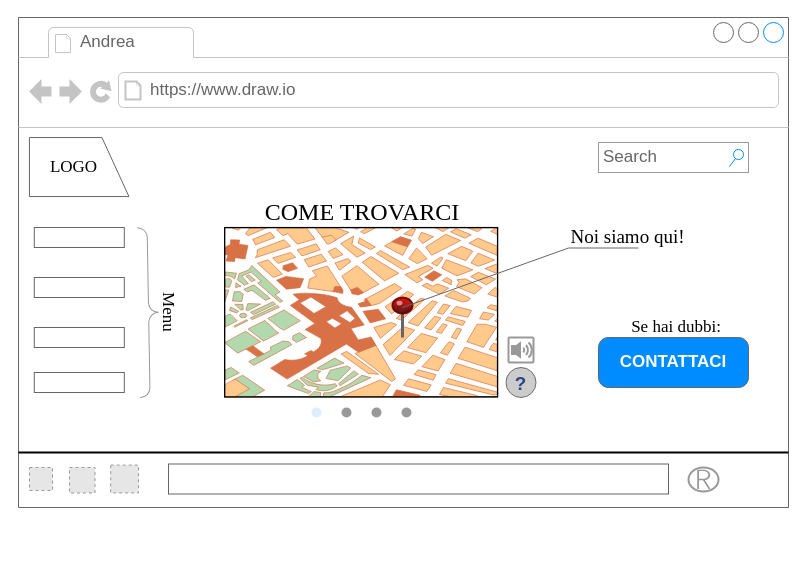
Costa11/2021-informatica-HTML5 keeps this draw.io diagram as Untitled Diagram.drawio. Above is the earlier version. Source tidied: cells renumbered, new cells numbered last; positions are measured from the earlier drawing's top-left corner, leaving out a move shared by most shapes. Both pictures are drawn from the tidied source at 100%, with x=0, y=0 at pixel (18, 17). Pictures stored in the file or linked from it are replaced by grey dashed boxes.
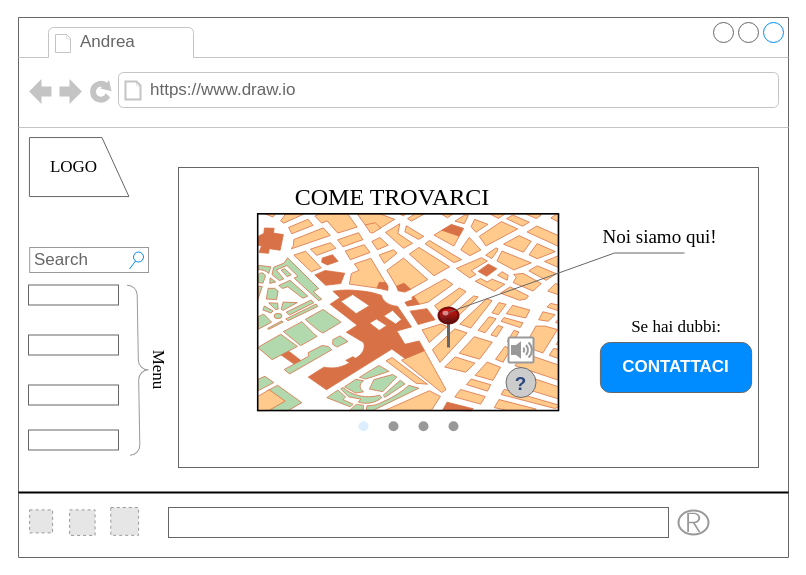
The same diagram, later.

Commit message:
WIREFRAME COMPLETO

Change to the diagram source:
```diff
@@
     <mxCell id="2" style="strokeWidth=1;shadow=0;dashed=0;align=center;html=1;shape=mxgraph.mockup.containers.browserWindow;rSize=0;strokeColor2=#008cff;strokeColor3=#c4c4c4;mainText=,;strokeColor=#666666;" parent="1" vertex="1">
-      <mxGeometry width="770" height="490" as="geometry" />
+      <mxGeometry width="770" height="540" as="geometry" />
     </mxCell>
@@
     <mxCell id="5" style="verticalLabelPosition=bottom;shadow=0;dashed=0;align=center;html=1;verticalAlign=top;strokeWidth=1;shape=mxgraph.mockup.misc.map;" parent="2" vertex="1">
-      <mxGeometry x="206" y="210" width="274" height="170" as="geometry" />
+      <mxGeometry x="239" y="196.2" width="302" height="197.5" as="geometry" />
     </mxCell>
     <mxCell id="6" style="verticalLabelPosition=top;shadow=0;dashed=0;align=center;html=1;verticalAlign=bottom;strokeWidth=1;shape=mxgraph.mockup.misc.pin;fillColor2=#dd0000;fillColor3=#440000;strokeColor=#660000;" parent="2" vertex="1">
-      <mxGeometry x="374" y="280" width="20" height="40" as="geometry" />
+      <mxGeometry x="420" y="290" width="20" height="40" as="geometry" />
     </mxCell>
     <mxCell id="7" value="&lt;p&gt;&lt;br&gt;&lt;/p&gt;" style="strokeWidth=1;shadow=0;dashed=0;align=center;html=1;shape=mxgraph.mockup.text.callout;linkText=;textSize=17;textColor=#666666;callDir=NE;callStyle=line;fontSize=17;fontColor=#666666;align=right;verticalAlign=top;strokeColor=#666666;" parent="2" vertex="1">
-      <mxGeometry x="384" y="205" width="236" height="85" as="geometry" />
+      <mxGeometry x="430" y="210" width="236" height="85" as="geometry" />
     </mxCell>
     <mxCell id="8" value="Noi siamo qui!" style="text;html=1;strokeColor=none;fillColor=none;align=center;verticalAlign=middle;whiteSpace=wrap;rounded=0;fontFamily=Times New Roman;fontSize=19;" parent="2" vertex="1">
-      <mxGeometry x="547.5" y="210" width="122.5" height="20" as="geometry" />
+      <mxGeometry x="580" y="210" width="122.5" height="20" as="geometry" />
     </mxCell>
@@
     <mxCell id="10" style="verticalLabelPosition=bottom;shadow=0;dashed=0;align=center;html=1;verticalAlign=top;strokeWidth=1;shape=mxgraph.mockup.navigation.pageControl;fillColor=#999999;strokeColor=#ddeeff;fontFamily=Times New Roman;fontSize=19;" parent="2" vertex="1">
-      <mxGeometry x="293" y="380" width="100" height="30" as="geometry" />
+      <mxGeometry x="340" y="393.8" width="100" height="30" as="geometry" />
     </mxCell>
@@
     <mxCell id="12" value="Search" style="strokeWidth=1;shadow=0;dashed=0;align=center;html=1;shape=mxgraph.mockup.forms.searchBox;strokeColor=#999999;mainText=;strokeColor2=#008cff;fontColor=#666666;fontSize=17;align=left;spacingLeft=3;" parent="2" vertex="1">
-      <mxGeometry x="580" y="125" width="150" height="30" as="geometry" />
+      <mxGeometry x="11.2" y="230" width="118.8" height="25" as="geometry" />
     </mxCell>
     <mxCell id="13" value="CONTATTACI" style="strokeWidth=1;shadow=0;dashed=0;align=center;html=1;shape=mxgraph.mockup.buttons.button;strokeColor=#666666;fontColor=#ffffff;mainText=;buttonStyle=round;fontSize=17;fontStyle=1;fillColor=#008cff;whiteSpace=wrap;" parent="2" vertex="1">
-      <mxGeometry x="580" y="320" width="150" height="50" as="geometry" />
+      <mxGeometry x="581.9" y="325" width="151.2" height="50" as="geometry" />
     </mxCell>
     <mxCell id="14" value="COME TROVARCI" style="text;html=1;strokeColor=none;fillColor=none;align=center;verticalAlign=middle;whiteSpace=wrap;rounded=0;fontFamily=Times New Roman;fontSize=24;" parent="2" vertex="1">
-      <mxGeometry x="230" y="185" width="227.5" height="20" as="geometry" />
+      <mxGeometry x="260" y="170" width="227.5" height="20" as="geometry" />
     </mxCell>
@@
     <mxCell id="16" style="line;strokeWidth=2;html=1;fontFamily=Times New Roman;fontSize=17;" parent="2" vertex="1">
-      <mxGeometry y="430" width="770" height="10" as="geometry" />
+      <mxGeometry y="470" width="770" height="10" as="geometry" />
     </mxCell>
     <mxCell id="17" style="fillColor=#E6E6E6;strokeColor=#999999;dashed=1;html=1;verticalAlign=top;verticalLabelPosition=bottom;labelBackgroundColor=#ffffff;fontFamily=Times New Roman;fontSize=17;" parent="2" vertex="1">
-      <mxGeometry x="11" y="450" width="23" height="23" as="geometry" />
+      <mxGeometry x="11.1" y="492.4" width="23" height="23" as="geometry" />
     </mxCell>
     <mxCell id="18" style="fillColor=#E6E6E6;strokeColor=#999999;dashed=1;html=1;verticalAlign=top;verticalLabelPosition=bottom;labelBackgroundColor=#ffffff;fontFamily=Times New Roman;fontSize=17;" parent="2" vertex="1">
-      <mxGeometry x="51" y="450" width="25.5" height="25.5" as="geometry" />
+      <mxGeometry x="51.1" y="492.4" width="25.5" height="25.5" as="geometry" />
     </mxCell>
     <mxCell id="19" style="fillColor=#E6E6E6;strokeColor=#999999;dashed=1;html=1;verticalAlign=top;verticalLabelPosition=bottom;labelBackgroundColor=#ffffff;fontFamily=Times New Roman;fontSize=17;" parent="2" vertex="1">
-      <mxGeometry x="92.2" y="447.6" width="27.8" height="27.8" as="geometry" />
+      <mxGeometry x="92.3" y="490" width="27.8" height="27.8" as="geometry" />
     </mxCell>
     <mxCell id="20" style="strokeColor=#999999;verticalLabelPosition=bottom;shadow=0;dashed=0;verticalAlign=top;strokeWidth=2;html=1;shape=mxgraph.mockup.misc.registeredIcon;fontFamily=Times New Roman;fontSize=17;" parent="2" vertex="1">
-      <mxGeometry x="670" y="450" width="30" height="24" as="geometry" />
+      <mxGeometry x="660" y="493" width="30" height="24" as="geometry" />
     </mxCell>
     <mxCell id="21" style="strokeWidth=1;shadow=0;dashed=0;align=center;html=1;shape=mxgraph.mockup.text.textBox;fontColor=#666666;align=left;fontSize=17;spacingLeft=4;spacingTop=-3;strokeColor=#666666;mainText=;" parent="2" vertex="1">
-      <mxGeometry x="150" y="446.5" width="500" height="30" as="geometry" />
+      <mxGeometry x="150" y="490" width="500" height="30" as="geometry" />
     </mxCell>
@@
     <mxCell id="24" style="rounded=0;whiteSpace=wrap;html=1;strokeColor=#666666;fillColor=none;fontFamily=Times New Roman;fontSize=17;" parent="2" vertex="1">
-      <mxGeometry x="15.8" y="210" width="90" height="20" as="geometry" />
+      <mxGeometry x="10" y="267.5" width="90" height="20" as="geometry" />
     </mxCell>
     <mxCell id="25" style="rounded=0;whiteSpace=wrap;html=1;strokeColor=#666666;fillColor=none;fontFamily=Times New Roman;fontSize=17;" parent="2" vertex="1">
-      <mxGeometry x="15.8" y="260" width="90" height="20" as="geometry" />
+      <mxGeometry x="10" y="317.5" width="90" height="20" as="geometry" />
     </mxCell>
     <mxCell id="26" style="rounded=0;whiteSpace=wrap;html=1;strokeColor=#666666;fillColor=none;fontFamily=Times New Roman;fontSize=17;" parent="2" vertex="1">
-      <mxGeometry x="15.8" y="310" width="90" height="20" as="geometry" />
+      <mxGeometry x="10" y="367.5" width="90" height="20" as="geometry" />
     </mxCell>
     <mxCell id="27" style="rounded=0;whiteSpace=wrap;html=1;strokeColor=#666666;fillColor=none;fontFamily=Times New Roman;fontSize=17;" parent="2" vertex="1">
-      <mxGeometry x="15.8" y="355" width="90" height="20" as="geometry" />
+      <mxGeometry x="10" y="412.5" width="90" height="20" as="geometry" />
     </mxCell>
     <mxCell id="28" style="labelPosition=right;align=left;strokeWidth=1;shape=mxgraph.mockup.markup.curlyBrace;html=1;shadow=0;dashed=0;strokeColor=#999999;direction=north;fillColor=none;fontFamily=Times New Roman;fontSize=17;rotation=-181;" parent="2" vertex="1">
-      <mxGeometry x="120.1" y="210" width="20" height="170" as="geometry" />
+      <mxGeometry x="110" y="267.5" width="20" height="170" as="geometry" />
     </mxCell>
     <mxCell id="29" value="Menu" style="text;html=1;strokeColor=none;fillColor=none;align=center;verticalAlign=middle;whiteSpace=wrap;rounded=0;fontFamily=Times New Roman;fontSize=17;rotation=90;" parent="2" vertex="1">
-      <mxGeometry x="120.1" y="285" width="60" height="20" as="geometry" />
+      <mxGeometry x="110" y="342.5" width="60" height="20" as="geometry" />
     </mxCell>
+    <mxCell id="30" style="rounded=0;whiteSpace=wrap;html=1;strokeColor=#666666;fillColor=none;fontFamily=Times New Roman;fontSize=17;" parent="2" vertex="1">
+      <mxGeometry x="160" y="150" width="580" height="300" as="geometry" />
+    </mxCell>
```
